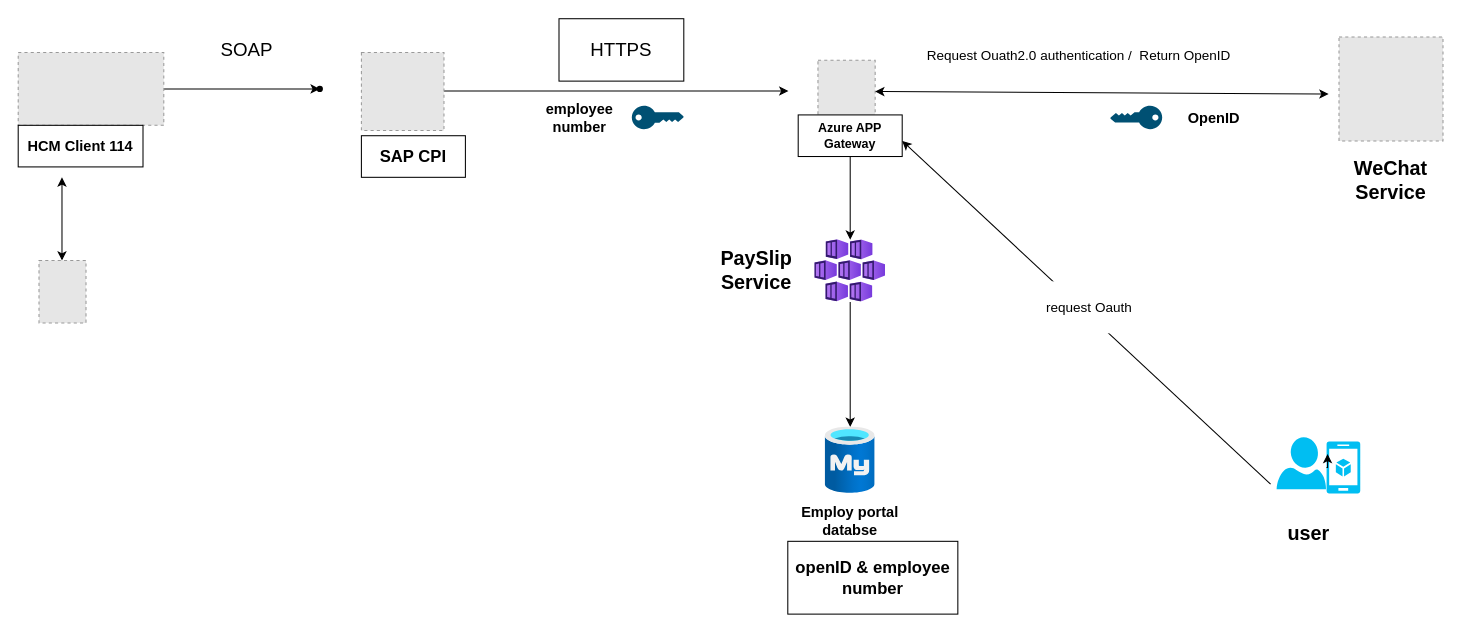
Above: src/SAP.drawio in liuyuch1990/demo (draw.io), before the change. Source tidied: cells renumbered, new cells numbered last; positions are measured from the earlier drawing's top-left corner, leaving out a move shared by most shapes. Both pictures are drawn from the tidied source at 104%, with x=0, y=0 at pixel (18, 19). Pictures stored in the file or linked from it are replaced by grey dashed boxes.
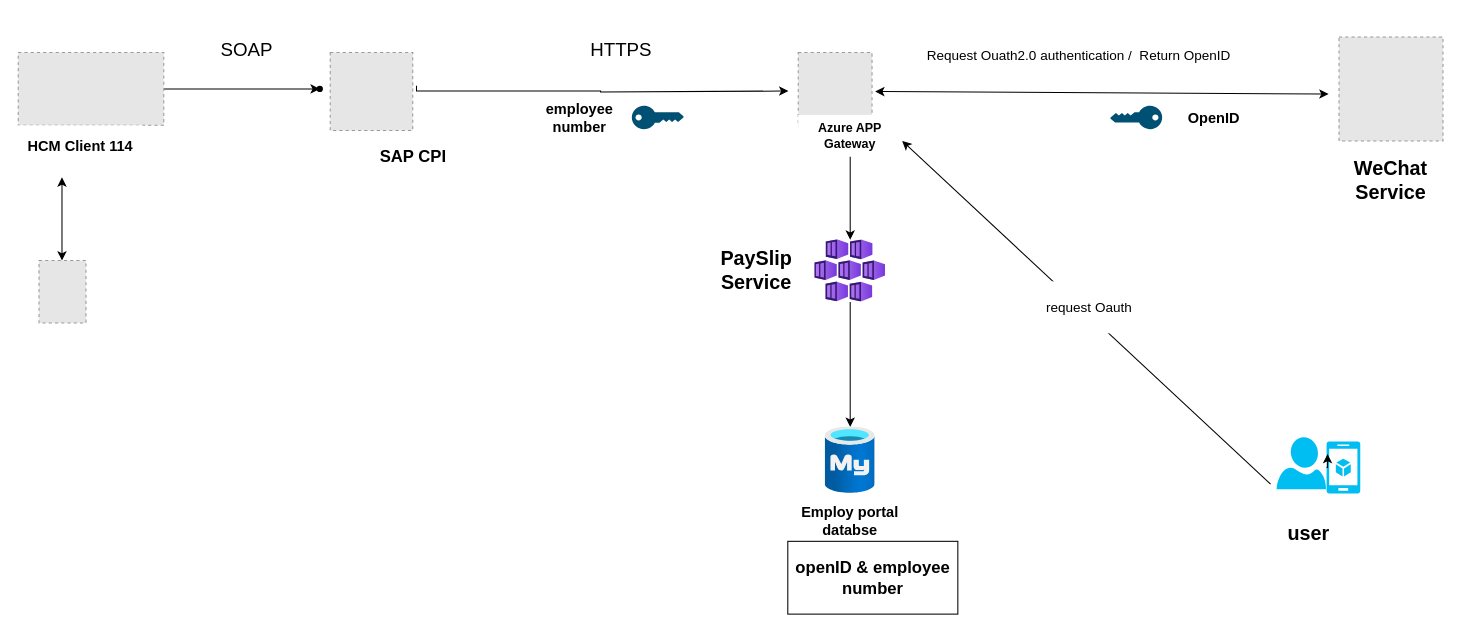
Above is the later version.

What changed in the source:
```diff
@@
-    <mxCell id="4" style="edgeStyle=orthogonalEdgeStyle;rounded=0;orthogonalLoop=1;jettySize=auto;html=1;" parent="1" edge="1">
+    <mxCell id="4" style="edgeStyle=orthogonalEdgeStyle;rounded=0;jettySize=auto;html=1;exitX=1.045;exitY=0.427;exitDx=0;exitDy=0;exitPerimeter=0;" parent="1" edge="1" source="5">
       <mxGeometry relative="1" as="geometry">
-        <mxPoint x="350" y="69" as="sourcePoint" />
         <mxPoint x="740.6" y="69" as="targetPoint" />
+        <Array as="points">
+          <mxPoint x="383" y="69" />
+          <mxPoint x="560" y="69" />
+          <mxPoint x="560" y="70" />
+        </Array>
       </mxGeometry>
     </mxCell>
     <mxCell id="5" style="fillColor=#E6E6E6;strokeColor=#999999;dashed=1;verticalLabelPosition=bottom;labelBackgroundColor=#ffffff;verticalAlign=top;" parent="1" vertex="1">
-      <mxGeometry x="330" y="32" width="79.4" height="75" as="geometry" />
+      <mxGeometry x="300" y="32" width="79.4" height="75" as="geometry" />
     </mxCell>
@@
-    <mxCell id="8" value="&lt;b&gt;&lt;font style=&quot;font-size: 14px;&quot;&gt;HCM Client 114&lt;/font&gt;&lt;/b&gt;" style="rounded=0;whiteSpace=wrap;html=1;" parent="1" vertex="1">
+    <mxCell id="8" value="&lt;b&gt;&lt;font style=&quot;font-size: 14px;&quot;&gt;HCM Client 114&lt;/font&gt;&lt;/b&gt;" style="rounded=0;whiteSpace=wrap;html=1;strokeColor=none;" parent="1" vertex="1">
       <mxGeometry y="102" width="120" height="40" as="geometry" />
     </mxCell>
-    <mxCell id="9" value="&lt;b&gt;&lt;font style=&quot;font-size: 16px;&quot;&gt;SAP CPI&lt;/font&gt;&lt;/b&gt;" style="rounded=0;whiteSpace=wrap;html=1;" parent="1" vertex="1">
+    <mxCell id="9" value="&lt;b&gt;&lt;font style=&quot;font-size: 16px;&quot;&gt;SAP CPI&lt;/font&gt;&lt;/b&gt;" style="rounded=0;whiteSpace=wrap;html=1;strokeColor=none;" parent="1" vertex="1">
       <mxGeometry x="330" y="112" width="100" height="40" as="geometry" />
     </mxCell>
@@
-    <mxCell id="13" value="&lt;font style=&quot;font-size: 18px;&quot;&gt;HTTPS&lt;/font&gt;" style="rounded=0;whiteSpace=wrap;html=1;strokeColor=default;align=center;verticalAlign=middle;fontFamily=Helvetica;fontSize=12;fontColor=default;fillColor=default;" parent="1" vertex="1">
+    <mxCell id="13" value="&lt;font style=&quot;font-size: 18px;&quot;&gt;HTTPS&lt;/font&gt;" style="rounded=0;whiteSpace=wrap;html=1;strokeColor=none;align=center;verticalAlign=middle;fontFamily=Helvetica;fontSize=12;fontColor=default;fillColor=default;" parent="1" vertex="1">
       <mxGeometry x="520" y="-0.5" width="120" height="60" as="geometry" />
     </mxCell>
     <mxCell id="14" style="fillColor=#E6E6E6;strokeColor=#999999;dashed=1;verticalLabelPosition=bottom;labelBackgroundColor=#ffffff;verticalAlign=top;align=center;fontFamily=Helvetica;fontSize=12;fontColor=default;html=1;" parent="1" vertex="1">
-      <mxGeometry x="769" y="39.5" width="55" height="55" as="geometry" />
+      <mxGeometry x="750" y="32" width="71" height="71" as="geometry" />
     </mxCell>
@@
-    <mxCell id="16" value="&lt;b&gt;Azure APP Gateway&lt;/b&gt;" style="rounded=0;whiteSpace=wrap;html=1;" parent="1" vertex="1">
+    <mxCell id="16" value="&lt;b&gt;Azure APP Gateway&lt;/b&gt;" style="rounded=0;whiteSpace=wrap;html=1;strokeColor=none;" parent="1" vertex="1">
       <mxGeometry x="750" y="92" width="100" height="40" as="geometry" />
     </mxCell>
```
